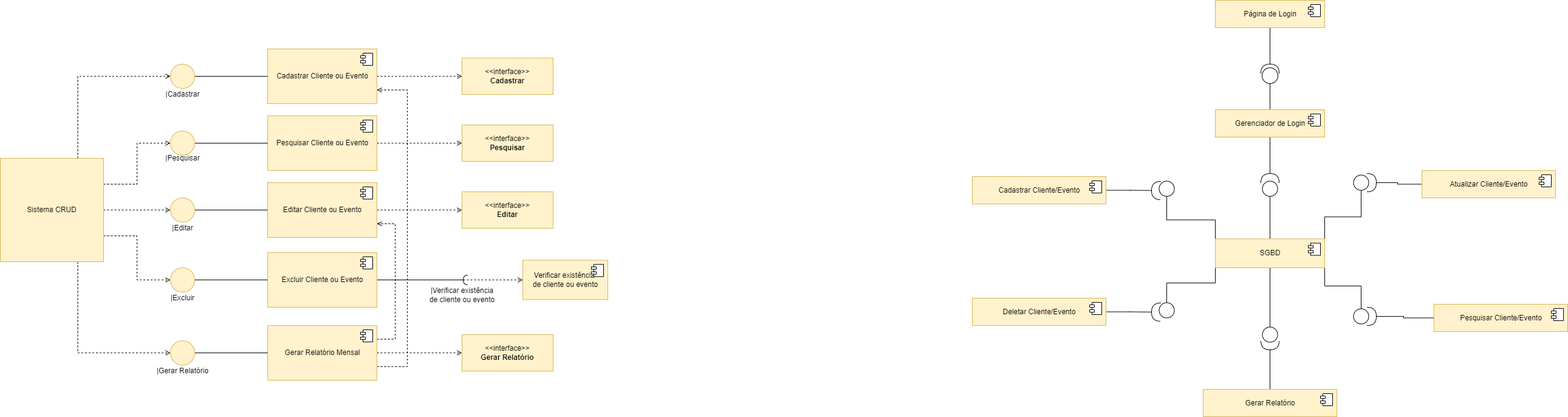
This is 4° Período/Análise e Projeto de Sistemas (Janderson)/Atividade 03/Diagrama de Componentes.png from lucaslucenak/cc-UEPB, a draw.io export, as it was before one commit. Source tidied: cells renumbered, new cells last; positions are measured from the earlier drawing's top-left corner, leaving out a move shared by most shapes.
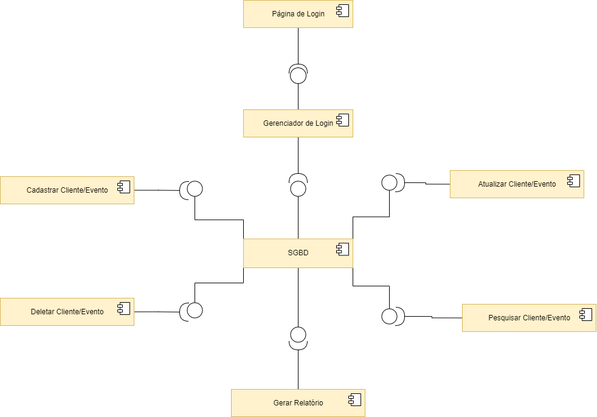
After the change.

Commit message:
added diagrama de estrutura composta in atividade03 APS

What changed in the source:
```diff
@@ -2,178 +2,6 @@
   <root>
     <mxCell id="0" />
     <mxCell id="1" parent="0" />
-    <mxCell id="2" style="edgeStyle=orthogonalEdgeStyle;rounded=0;jettySize=auto;html=1;exitX=1;exitY=0.5;exitDx=0;exitDy=0;dashed=1;endArrow=open;endFill=0;" parent="1" edge="1" source="3">
-      <mxGeometry relative="1" as="geometry">
-        <mxPoint x="760" y="125" as="targetPoint" />
-      </mxGeometry>
-    </mxCell>
-    <mxCell id="3" value="Cadastrar Cliente ou Evento" style="html=1;fillColor=#fff2cc;strokeColor=#d6b656;" parent="1" vertex="1">
-      <mxGeometry x="440" y="80" width="180" height="90" as="geometry" />
-    </mxCell>
-    <mxCell id="4" style="shape=module;jettyWidth=8;jettyHeight=4;" parent="3" vertex="1">
-      <mxGeometry x="1" width="20" height="20" relative="1" as="geometry">
-        <mxPoint x="-27" y="7" as="offset" />
-      </mxGeometry>
-    </mxCell>
-    <mxCell id="5" style="edgeStyle=orthogonalEdgeStyle;rounded=0;jettySize=auto;html=1;exitX=1;exitY=0.5;exitDx=0;exitDy=0;dashed=1;endArrow=open;endFill=0;" parent="1" edge="1" source="6">
-      <mxGeometry relative="1" as="geometry">
-        <mxPoint x="760" y="345" as="targetPoint" />
-      </mxGeometry>
-    </mxCell>
-    <mxCell id="6" value="Editar Cliente ou Evento" style="html=1;fillColor=#fff2cc;strokeColor=#d6b656;" parent="1" vertex="1">
-      <mxGeometry x="440" y="300" width="180" height="90" as="geometry" />
-    </mxCell>
-    <mxCell id="7" style="shape=module;jettyWidth=8;jettyHeight=4;" parent="6" vertex="1">
-      <mxGeometry x="1" width="20" height="20" relative="1" as="geometry">
-        <mxPoint x="-27" y="7" as="offset" />
-      </mxGeometry>
-    </mxCell>
-    <mxCell id="8" style="edgeStyle=orthogonalEdgeStyle;rounded=0;jettySize=auto;html=1;exitX=1;exitY=0.25;exitDx=0;exitDy=0;entryX=1;entryY=0.75;entryDx=0;entryDy=0;endArrow=open;endFill=0;dashed=1;" parent="1" edge="1" source="11" target="6">
-      <mxGeometry relative="1" as="geometry">
-        <Array as="points">
-          <mxPoint x="650" y="558" />
-          <mxPoint x="650" y="368" />
-        </Array>
-      </mxGeometry>
-    </mxCell>
-    <mxCell id="9" style="edgeStyle=orthogonalEdgeStyle;rounded=0;jettySize=auto;html=1;exitX=1;exitY=0.75;exitDx=0;exitDy=0;entryX=1;entryY=0.75;entryDx=0;entryDy=0;endArrow=open;endFill=0;dashed=1;" parent="1" edge="1" source="11" target="3">
-      <mxGeometry relative="1" as="geometry">
-        <Array as="points">
-          <mxPoint x="670" y="603" />
-          <mxPoint x="670" y="148" />
-        </Array>
-      </mxGeometry>
-    </mxCell>
-    <mxCell id="10" style="edgeStyle=orthogonalEdgeStyle;rounded=0;jettySize=auto;html=1;exitX=1;exitY=0.5;exitDx=0;exitDy=0;dashed=1;endArrow=open;endFill=0;" parent="1" edge="1" source="11">
-      <mxGeometry relative="1" as="geometry">
-        <mxPoint x="760" y="580" as="targetPoint" />
-      </mxGeometry>
-    </mxCell>
-    <mxCell id="11" value="Gerar Relatório Mensal" style="html=1;fillColor=#fff2cc;strokeColor=#d6b656;" parent="1" vertex="1">
-      <mxGeometry x="440" y="535" width="180" height="90" as="geometry" />
-    </mxCell>
-    <mxCell id="12" style="shape=module;jettyWidth=8;jettyHeight=4;" parent="11" vertex="1">
-      <mxGeometry x="1" width="20" height="20" relative="1" as="geometry">
-        <mxPoint x="-27" y="7" as="offset" />
-      </mxGeometry>
-    </mxCell>
-    <mxCell id="13" style="edgeStyle=orthogonalEdgeStyle;rounded=0;jettySize=auto;html=1;exitX=1;exitY=0.5;exitDx=0;exitDy=0;endArrow=halfCircle;endFill=0;" parent="1" edge="1" source="14">
-      <mxGeometry relative="1" as="geometry">
-        <mxPoint x="770" y="460" as="targetPoint" />
-      </mxGeometry>
-    </mxCell>
-    <mxCell id="14" value="Excluir Cliente ou Evento" style="html=1;fillColor=#fff2cc;strokeColor=#d6b656;" parent="1" vertex="1">
-      <mxGeometry x="440" y="415" width="180" height="90" as="geometry" />
-    </mxCell>
-    <mxCell id="15" style="shape=module;jettyWidth=8;jettyHeight=4;" parent="14" vertex="1">
-      <mxGeometry x="1" width="20" height="20" relative="1" as="geometry">
-        <mxPoint x="-27" y="7" as="offset" />
-      </mxGeometry>
-    </mxCell>
-    <mxCell id="16" style="edgeStyle=orthogonalEdgeStyle;rounded=0;jettySize=auto;html=1;exitX=1;exitY=0.5;exitDx=0;exitDy=0;dashed=1;endArrow=open;endFill=0;" parent="1" edge="1" source="17">
-      <mxGeometry relative="1" as="geometry">
-        <mxPoint x="760" y="235" as="targetPoint" />
-      </mxGeometry>
-    </mxCell>
-    <mxCell id="17" value="Pesquisar Cliente ou Evento" style="html=1;fillColor=#fff2cc;strokeColor=#d6b656;" parent="1" vertex="1">
-      <mxGeometry x="440" y="190" width="180" height="90" as="geometry" />
-    </mxCell>
-    <mxCell id="18" style="shape=module;jettyWidth=8;jettyHeight=4;" parent="17" vertex="1">
-      <mxGeometry x="1" width="20" height="20" relative="1" as="geometry">
-        <mxPoint x="-27" y="7" as="offset" />
-      </mxGeometry>
-    </mxCell>
-    <mxCell id="19" style="edgeStyle=orthogonalEdgeStyle;rounded=0;jettySize=auto;html=1;exitX=0.75;exitY=0;exitDx=0;exitDy=0;entryX=0;entryY=0.5;entryDx=0;entryDy=0;endArrow=open;endFill=0;dashed=1;" parent="1" edge="1" source="24" target="28">
-      <mxGeometry relative="1" as="geometry" />
-    </mxCell>
-    <mxCell id="20" style="edgeStyle=orthogonalEdgeStyle;rounded=0;jettySize=auto;html=1;exitX=1;exitY=0.25;exitDx=0;exitDy=0;entryX=0;entryY=0.5;entryDx=0;entryDy=0;endArrow=open;endFill=0;dashed=1;" parent="1" edge="1" source="24" target="26">
-      <mxGeometry relative="1" as="geometry" />
-    </mxCell>
-    <mxCell id="21" style="edgeStyle=orthogonalEdgeStyle;rounded=0;jettySize=auto;html=1;exitX=1;exitY=0.5;exitDx=0;exitDy=0;entryX=0;entryY=0.5;entryDx=0;entryDy=0;endArrow=open;endFill=0;dashed=1;" parent="1" edge="1" source="24" target="30">
-      <mxGeometry relative="1" as="geometry" />
-    </mxCell>
-    <mxCell id="22" style="edgeStyle=orthogonalEdgeStyle;rounded=0;jettySize=auto;html=1;exitX=1;exitY=0.75;exitDx=0;exitDy=0;entryX=0;entryY=0.5;entryDx=0;entryDy=0;endArrow=open;endFill=0;dashed=1;" parent="1" edge="1" source="24" target="32">
-      <mxGeometry relative="1" as="geometry" />
-    </mxCell>
-    <mxCell id="23" style="edgeStyle=orthogonalEdgeStyle;rounded=0;jettySize=auto;html=1;exitX=0.75;exitY=1;exitDx=0;exitDy=0;entryX=0;entryY=0.5;entryDx=0;entryDy=0;endArrow=open;endFill=0;dashed=1;" parent="1" edge="1" source="24" target="34">
-      <mxGeometry relative="1" as="geometry" />
-    </mxCell>
-    <mxCell id="24" value="Sistema CRUD" style="whiteSpace=wrap;html=1;fillColor=#fff2cc;strokeColor=#d6b656;" parent="1" vertex="1">
-      <mxGeometry y="260" width="170" height="170" as="geometry" />
-    </mxCell>
-    <mxCell id="25" style="edgeStyle=orthogonalEdgeStyle;rounded=0;jettySize=auto;html=1;exitX=1;exitY=0.5;exitDx=0;exitDy=0;entryX=0;entryY=0.5;entryDx=0;entryDy=0;endArrow=none;endFill=0;" parent="1" edge="1" source="26" target="17">
-      <mxGeometry relative="1" as="geometry" />
-    </mxCell>
-    <mxCell id="26" style="ellipse;whiteSpace=wrap;html=1;fillColor=#fff2cc;strokeColor=#d6b656;" parent="1" vertex="1">
-      <mxGeometry x="280" y="215" width="40" height="40" as="geometry" />
-    </mxCell>
-    <mxCell id="27" style="edgeStyle=orthogonalEdgeStyle;rounded=0;jettySize=auto;html=1;exitX=1;exitY=0.5;exitDx=0;exitDy=0;entryX=0;entryY=0.5;entryDx=0;entryDy=0;endArrow=none;endFill=0;" parent="1" edge="1" source="28" target="3">
-      <mxGeometry relative="1" as="geometry" />
-    </mxCell>
-    <mxCell id="28" style="ellipse;whiteSpace=wrap;html=1;fillColor=#fff2cc;strokeColor=#d6b656;" parent="1" vertex="1">
-      <mxGeometry x="280" y="105" width="40" height="40" as="geometry" />
-    </mxCell>
-    <mxCell id="29" style="edgeStyle=orthogonalEdgeStyle;rounded=0;jettySize=auto;html=1;exitX=1;exitY=0.5;exitDx=0;exitDy=0;entryX=0;entryY=0.5;entryDx=0;entryDy=0;endArrow=none;endFill=0;" parent="1" edge="1" source="30" target="6">
-      <mxGeometry relative="1" as="geometry" />
-    </mxCell>
-    <mxCell id="30" style="ellipse;whiteSpace=wrap;html=1;fillColor=#fff2cc;strokeColor=#d6b656;" parent="1" vertex="1">
-      <mxGeometry x="280" y="325" width="40" height="40" as="geometry" />
-    </mxCell>
-    <mxCell id="31" style="edgeStyle=orthogonalEdgeStyle;rounded=0;jettySize=auto;html=1;exitX=1;exitY=0.5;exitDx=0;exitDy=0;entryX=0;entryY=0.5;entryDx=0;entryDy=0;endArrow=none;endFill=0;" parent="1" edge="1" source="32" target="14">
-      <mxGeometry relative="1" as="geometry" />
-    </mxCell>
-    <mxCell id="32" style="ellipse;whiteSpace=wrap;html=1;fillColor=#fff2cc;strokeColor=#d6b656;" parent="1" vertex="1">
-      <mxGeometry x="280" y="440" width="40" height="40" as="geometry" />
-    </mxCell>
-    <mxCell id="33" style="edgeStyle=orthogonalEdgeStyle;rounded=0;jettySize=auto;html=1;exitX=1;exitY=0.5;exitDx=0;exitDy=0;entryX=0;entryY=0.5;entryDx=0;entryDy=0;endArrow=none;endFill=0;" parent="1" edge="1" source="34" target="11">
-      <mxGeometry relative="1" as="geometry" />
-    </mxCell>
-    <mxCell id="34" style="ellipse;whiteSpace=wrap;html=1;fillColor=#fff2cc;strokeColor=#d6b656;" parent="1" vertex="1">
-      <mxGeometry x="280" y="560" width="40" height="40" as="geometry" />
-    </mxCell>
-    <mxCell id="35" value="|Cadastrar" style="text;html=1;align=center;verticalAlign=middle;strokeColor=none;fillColor=none;" parent="1" vertex="1">
-      <mxGeometry x="265" y="145" width="70" height="20" as="geometry" />
-    </mxCell>
-    <mxCell id="36" value="|Pesquisar" style="text;html=1;align=center;verticalAlign=middle;strokeColor=none;fillColor=none;" parent="1" vertex="1">
-      <mxGeometry x="265" y="250" width="70" height="20" as="geometry" />
-    </mxCell>
-    <mxCell id="37" value="|Editar" style="text;html=1;align=center;verticalAlign=middle;strokeColor=none;fillColor=none;" parent="1" vertex="1">
-      <mxGeometry x="275" y="365" width="50" height="20" as="geometry" />
-    </mxCell>
-    <mxCell id="38" value="|Excluir" style="text;html=1;align=center;verticalAlign=middle;strokeColor=none;fillColor=none;" parent="1" vertex="1">
-      <mxGeometry x="275" y="480" width="50" height="20" as="geometry" />
-    </mxCell>
-    <mxCell id="39" value="|Gerar Relatório" style="text;html=1;align=center;verticalAlign=middle;strokeColor=none;fillColor=none;" parent="1" vertex="1">
-      <mxGeometry x="250" y="600" width="100" height="20" as="geometry" />
-    </mxCell>
-    <mxCell id="40" value="Verificar existência &lt;br&gt;de cliente ou evento" style="html=1;fillColor=#fff2cc;strokeColor=#d6b656;" parent="1" vertex="1">
-      <mxGeometry x="860" y="427.5" width="140" height="65" as="geometry" />
-    </mxCell>
-    <mxCell id="41" style="shape=module;jettyWidth=8;jettyHeight=4;" parent="40" vertex="1">
-      <mxGeometry x="1" width="20" height="20" relative="1" as="geometry">
-        <mxPoint x="-27" y="7" as="offset" />
-      </mxGeometry>
-    </mxCell>
-    <mxCell id="42" style="endArrow=open;html=1;rounded=0;endFill=0;dashed=1;entryX=0;entryY=0.5;entryDx=0;entryDy=0;" parent="1" edge="1" target="40">
-      <mxGeometry relative="1" as="geometry">
-        <mxPoint x="720" y="460" as="sourcePoint" />
-      </mxGeometry>
-    </mxCell>
-    <mxCell id="43" value="|Verificar existência&lt;br&gt;de cliente ou evento" style="text;html=1;align=center;verticalAlign=middle;strokeColor=none;fillColor=none;" parent="1" vertex="1">
-      <mxGeometry x="700" y="470" width="120" height="30" as="geometry" />
-    </mxCell>
-    <mxCell id="44" value="&lt;span&gt;&amp;lt;&amp;lt;interface&amp;gt;&amp;gt;&lt;br&gt;&lt;b&gt;Editar&lt;/b&gt;&lt;br&gt;&lt;/span&gt;" style="rounded=0;whiteSpace=wrap;html=1;fillColor=#fff2cc;strokeColor=#d6b656;" parent="1" vertex="1">
-      <mxGeometry x="760" y="315" width="150" height="60" as="geometry" />
-    </mxCell>
-    <mxCell id="45" value="&lt;span&gt;&amp;lt;&amp;lt;interface&amp;gt;&amp;gt;&lt;br&gt;&lt;b&gt;Pesquisar&lt;/b&gt;&lt;br&gt;&lt;/span&gt;" style="rounded=0;whiteSpace=wrap;html=1;fillColor=#fff2cc;strokeColor=#d6b656;" parent="1" vertex="1">
-      <mxGeometry x="760" y="205" width="150" height="60" as="geometry" />
-    </mxCell>
-    <mxCell id="46" value="&amp;lt;&amp;lt;interface&amp;gt;&amp;gt;&lt;br&gt;&lt;b&gt;Cadastrar&lt;/b&gt;" style="rounded=0;whiteSpace=wrap;html=1;fillColor=#fff2cc;strokeColor=#d6b656;" parent="1" vertex="1">
-      <mxGeometry x="760" y="95" width="150" height="60" as="geometry" />
-    </mxCell>
-    <mxCell id="47" value="&lt;span&gt;&amp;lt;&amp;lt;interface&amp;gt;&amp;gt;&lt;br&gt;&lt;b&gt;Gerar Relatório&lt;/b&gt;&lt;br&gt;&lt;/span&gt;" style="rounded=0;whiteSpace=wrap;html=1;fillColor=#fff2cc;strokeColor=#d6b656;" parent="1" vertex="1">
-      <mxGeometry x="760" y="550" width="150" height="60" as="geometry" />
-    </mxCell>
     <mxCell id="48" style="edgeStyle=orthogonalEdgeStyle;rounded=0;jettySize=auto;html=1;exitX=0.5;exitY=1;exitDx=0;exitDy=0;fontSize=20;endArrow=halfCircle;endFill=0;endSize=13;" parent="1" edge="1" source="49">
       <mxGeometry relative="1" as="geometry">
         <mxPoint x="2090" y="120" as="targetPoint" />
```
